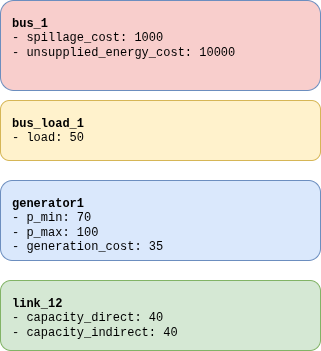
Before: doc/assets/2_QSE_Adequacy_system.png, a diagram exported from draw.io (AntaresSimulatorTeam/GEMS). Source tidied: cells renumbered, new cells last; positions are measured from the earlier drawing's top-left corner, leaving out a move shared by most shapes. Its diagram source:
```xml
<mxGraphModel math="1">
  <root>
    <mxCell id="0" />
    <mxCell id="1" parent="0" />
    <mxCell id="2" value="&lt;b&gt;bus_1&lt;/b&gt;&lt;br&gt;- spillage_cost: 1000&lt;br&gt;- unsupplied_energy_cost: 10000" style="rounded=1;whiteSpace=wrap;html=1;fillColor=#F8CECC;strokeColor=#6c8ebf;align=left;verticalAlign=top;fontFamily=Courier New;fontSize=12;spacingLeft=10;spacingTop=10;" parent="1" vertex="1">
      <mxGeometry width="320" height="90" as="geometry" />
    </mxCell>
    <mxCell id="3" value="&lt;b&gt;bus_load_1&lt;/b&gt;&lt;br&gt;- load: 50" style="rounded=1;whiteSpace=wrap;html=1;fillColor=#fff2cc;strokeColor=#d6b656;align=left;verticalAlign=top;fontFamily=Courier New;fontSize=12;spacingLeft=10;spacingTop=10;" parent="1" vertex="1">
      <mxGeometry y="100" width="320" height="60" as="geometry" />
    </mxCell>
    <mxCell id="4" value="&lt;b&gt;generator1&lt;/b&gt;&lt;br&gt;- p_min: 70&lt;br&gt;- p_max: 100&lt;br&gt;- generation_cost: 35" style="rounded=1;whiteSpace=wrap;html=1;fillColor=#dae8fc;strokeColor=#6c8ebf;align=left;verticalAlign=top;fontFamily=Courier New;fontSize=12;spacingLeft=10;spacingTop=10;" parent="1" vertex="1">
      <mxGeometry y="180" width="320" height="80" as="geometry" />
    </mxCell>
    <mxCell id="5" value="&lt;b&gt;link_12&lt;/b&gt;&lt;br&gt;- capacity_direct: 40&lt;br&gt;- capacity_indirect: 40" style="rounded=1;whiteSpace=wrap;html=1;fillColor=#d5e8d4;strokeColor=#82b366;align=left;verticalAlign=top;fontFamily=Courier New;fontSize=12;spacingLeft=10;spacingTop=10;" parent="1" vertex="1">
      <mxGeometry y="280" width="320" height="70" as="geometry" />
    </mxCell>
  </root>
</mxGraphModel>
```
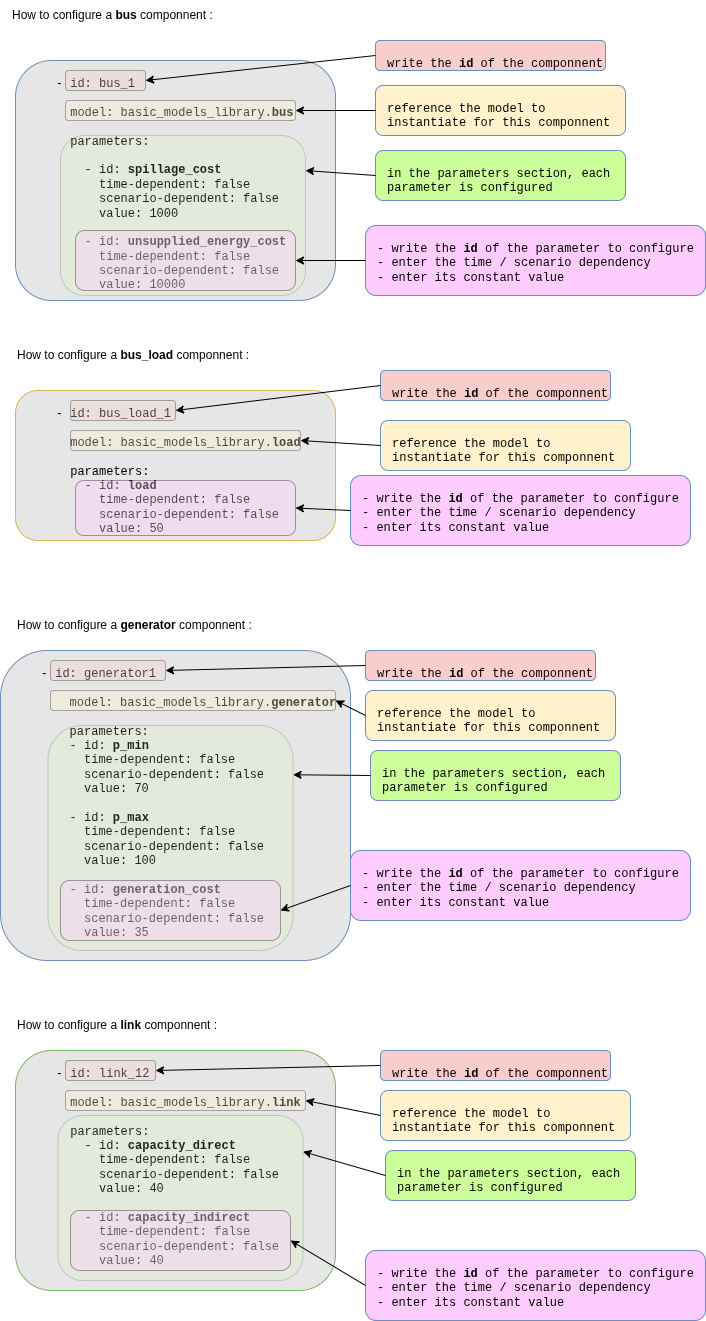
After the change.

Change to the diagram source:
```diff
@@ -2,17 +2,164 @@
   <root>
     <mxCell id="0" />
     <mxCell id="1" parent="0" />
-    <mxCell id="2" value="&lt;b&gt;bus_1&lt;/b&gt;&lt;br&gt;- spillage_cost: 1000&lt;br&gt;- unsupplied_energy_cost: 10000" style="rounded=1;whiteSpace=wrap;html=1;fillColor=#F8CECC;strokeColor=#6c8ebf;align=left;verticalAlign=top;fontFamily=Courier New;fontSize=12;spacingLeft=10;spacingTop=10;" parent="1" vertex="1">
-      <mxGeometry width="320" height="90" as="geometry" />
+    <mxCell id="2" value="&lt;div&gt;&amp;nbsp; &amp;nbsp; - id: bus_1&lt;/div&gt;&lt;div&gt;&lt;br&gt;&lt;/div&gt;&lt;div&gt;&amp;nbsp; &amp;nbsp; &amp;nbsp; model: basic_models_library.&lt;b&gt;bus&lt;/b&gt;&lt;/div&gt;&lt;div&gt;&lt;b&gt;&lt;br&gt;&lt;/b&gt;&lt;/div&gt;&lt;div&gt;&amp;nbsp; &amp;nbsp; &amp;nbsp; parameters:&lt;/div&gt;&lt;div&gt;&lt;br&gt;&lt;/div&gt;&lt;div&gt;&amp;nbsp; &amp;nbsp; &amp;nbsp; &amp;nbsp; - id: &lt;b&gt;spillage_cost&lt;/b&gt;&lt;/div&gt;&lt;div&gt;&amp;nbsp; &amp;nbsp; &amp;nbsp; &amp;nbsp; &amp;nbsp; time-dependent: false&lt;/div&gt;&lt;div&gt;&amp;nbsp; &amp;nbsp; &amp;nbsp; &amp;nbsp; &amp;nbsp; scenario-dependent: false&lt;/div&gt;&lt;div&gt;&amp;nbsp; &amp;nbsp; &amp;nbsp; &amp;nbsp; &amp;nbsp; value: 1000&lt;/div&gt;&lt;div&gt;&lt;br&gt;&lt;/div&gt;&lt;div&gt;&amp;nbsp; &amp;nbsp; &amp;nbsp; &amp;nbsp; - id: &lt;b&gt;unsupplied_energy_cost&lt;/b&gt;&lt;/div&gt;&lt;div&gt;&amp;nbsp; &amp;nbsp; &amp;nbsp; &amp;nbsp; &amp;nbsp; time-dependent: false&lt;/div&gt;&lt;div&gt;&amp;nbsp; &amp;nbsp; &amp;nbsp; &amp;nbsp; &amp;nbsp; scenario-dependent: false&lt;/div&gt;&lt;div&gt;&amp;nbsp; &amp;nbsp; &amp;nbsp; &amp;nbsp; &amp;nbsp; value: 10000&lt;/div&gt;" style="rounded=1;whiteSpace=wrap;html=1;fillColor=#E6E6E6;strokeColor=#6c8ebf;align=left;verticalAlign=top;fontFamily=Courier New;fontSize=12;spacingLeft=10;spacingTop=10;" parent="1" vertex="1">
+      <mxGeometry y="-20" width="320" height="240" as="geometry" />
     </mxCell>
-    <mxCell id="3" value="&lt;b&gt;bus_load_1&lt;/b&gt;&lt;br&gt;- load: 50" style="rounded=1;whiteSpace=wrap;html=1;fillColor=#fff2cc;strokeColor=#d6b656;align=left;verticalAlign=top;fontFamily=Courier New;fontSize=12;spacingLeft=10;spacingTop=10;" parent="1" vertex="1">
-      <mxGeometry y="100" width="320" height="60" as="geometry" />
+    <mxCell id="3" value="&lt;div&gt;&amp;nbsp; &amp;nbsp; - id: bus_load_1&lt;/div&gt;&lt;div&gt;&lt;br&gt;&lt;/div&gt;&lt;div&gt;&amp;nbsp; &amp;nbsp; &amp;nbsp; model: basic_models_library.&lt;b&gt;load&lt;/b&gt;&lt;/div&gt;&lt;div&gt;&lt;b&gt;&lt;br&gt;&lt;/b&gt;&lt;/div&gt;&lt;div&gt;&amp;nbsp; &amp;nbsp; &amp;nbsp; parameters:&lt;/div&gt;&lt;div&gt;&amp;nbsp; &amp;nbsp; &amp;nbsp; &amp;nbsp; - id: &lt;b&gt;load&lt;/b&gt;&lt;/div&gt;&lt;div&gt;&amp;nbsp; &amp;nbsp; &amp;nbsp; &amp;nbsp; &amp;nbsp; time-dependent: false&lt;/div&gt;&lt;div&gt;&amp;nbsp; &amp;nbsp; &amp;nbsp; &amp;nbsp; &amp;nbsp; scenario-dependent: false&lt;/div&gt;&lt;div&gt;&amp;nbsp; &amp;nbsp; &amp;nbsp; &amp;nbsp; &amp;nbsp; value: 50&lt;/div&gt;" style="rounded=1;whiteSpace=wrap;html=1;fillColor=#E6E6E6;strokeColor=#d6b656;align=left;verticalAlign=top;fontFamily=Courier New;fontSize=12;spacingLeft=10;spacingTop=10;" parent="1" vertex="1">
+      <mxGeometry y="310" width="320" height="150" as="geometry" />
     </mxCell>
-    <mxCell id="4" value="&lt;b&gt;generator1&lt;/b&gt;&lt;br&gt;- p_min: 70&lt;br&gt;- p_max: 100&lt;br&gt;- generation_cost: 35" style="rounded=1;whiteSpace=wrap;html=1;fillColor=#dae8fc;strokeColor=#6c8ebf;align=left;verticalAlign=top;fontFamily=Courier New;fontSize=12;spacingLeft=10;spacingTop=10;" parent="1" vertex="1">
-      <mxGeometry y="180" width="320" height="80" as="geometry" />
+    <mxCell id="4" value="&lt;div&gt;&amp;nbsp; &amp;nbsp; - id: generator1&lt;/div&gt;&lt;div&gt;&amp;nbsp; &amp;nbsp; &amp;nbsp;&amp;nbsp;&lt;/div&gt;&lt;div&gt;&lt;span style=&quot;white-space: pre;&quot;&gt;&#9;&lt;/span&gt;model:&amp;nbsp;&lt;span style=&quot;background-color: transparent; color: light-dark(rgb(0, 0, 0), rgb(255, 255, 255));&quot;&gt;basic_models_library.&lt;/span&gt;&lt;b style=&quot;background-color: transparent; color: light-dark(rgb(0, 0, 0), rgb(255, 255, 255));&quot;&gt;generator&lt;/b&gt;&lt;/div&gt;&lt;div&gt;&amp;nbsp; &amp;nbsp; &amp;nbsp;&amp;nbsp;&lt;/div&gt;&lt;div&gt;&lt;span style=&quot;white-space: pre;&quot;&gt;&#9;&lt;/span&gt;parameters:&lt;/div&gt;&lt;div&gt;&amp;nbsp; &amp;nbsp; &amp;nbsp; &amp;nbsp; - id: &lt;b&gt;p_min&lt;/b&gt;&lt;/div&gt;&lt;div&gt;&amp;nbsp; &amp;nbsp; &amp;nbsp; &amp;nbsp; &amp;nbsp; time-dependent: false&lt;/div&gt;&lt;div&gt;&amp;nbsp; &amp;nbsp; &amp;nbsp; &amp;nbsp; &amp;nbsp; scenario-dependent: false&lt;/div&gt;&lt;div&gt;&amp;nbsp; &amp;nbsp; &amp;nbsp; &amp;nbsp; &amp;nbsp; value: 70&lt;/div&gt;&lt;div&gt;&lt;br&gt;&lt;/div&gt;&lt;div&gt;&amp;nbsp; &amp;nbsp; &amp;nbsp; &amp;nbsp; - id: &lt;b&gt;p_max&lt;/b&gt;&lt;/div&gt;&lt;div&gt;&amp;nbsp; &amp;nbsp; &amp;nbsp; &amp;nbsp; &amp;nbsp; time-dependent: false&lt;/div&gt;&lt;div&gt;&amp;nbsp; &amp;nbsp; &amp;nbsp; &amp;nbsp; &amp;nbsp; scenario-dependent: false&lt;/div&gt;&lt;div&gt;&amp;nbsp; &amp;nbsp; &amp;nbsp; &amp;nbsp; &amp;nbsp; value: 100&lt;/div&gt;&lt;div&gt;&lt;br&gt;&lt;/div&gt;&lt;div&gt;&amp;nbsp; &amp;nbsp; &amp;nbsp; &amp;nbsp; - id: &lt;b&gt;generation_cost&lt;/b&gt;&lt;/div&gt;&lt;div&gt;&amp;nbsp; &amp;nbsp; &amp;nbsp; &amp;nbsp; &amp;nbsp; time-dependent: false&lt;/div&gt;&lt;div&gt;&amp;nbsp; &amp;nbsp; &amp;nbsp; &amp;nbsp; &amp;nbsp; scenario-dependent: false&lt;/div&gt;&lt;div&gt;&amp;nbsp; &amp;nbsp; &amp;nbsp; &amp;nbsp; &amp;nbsp; value: 35&lt;/div&gt;" style="rounded=1;whiteSpace=wrap;html=1;fillColor=#E6E6E6;strokeColor=#6c8ebf;align=left;verticalAlign=top;fontFamily=Courier New;fontSize=12;spacingLeft=10;spacingTop=10;" parent="1" vertex="1">
+      <mxGeometry x="-15" y="570" width="350" height="310" as="geometry" />
     </mxCell>
-    <mxCell id="5" value="&lt;b&gt;link_12&lt;/b&gt;&lt;br&gt;- capacity_direct: 40&lt;br&gt;- capacity_indirect: 40" style="rounded=1;whiteSpace=wrap;html=1;fillColor=#d5e8d4;strokeColor=#82b366;align=left;verticalAlign=top;fontFamily=Courier New;fontSize=12;spacingLeft=10;spacingTop=10;" parent="1" vertex="1">
-      <mxGeometry y="280" width="320" height="70" as="geometry" />
+    <mxCell id="5" value="&lt;div&gt;&amp;nbsp; &amp;nbsp; - id: link_12&lt;/div&gt;&lt;div&gt;&lt;br&gt;&lt;/div&gt;&lt;div&gt;&amp;nbsp; &amp;nbsp; &amp;nbsp; model: basic_models_library.&lt;b&gt;link&lt;/b&gt;&lt;/div&gt;&lt;div&gt;&lt;b&gt;&lt;br&gt;&lt;/b&gt;&lt;/div&gt;&lt;div&gt;&amp;nbsp; &amp;nbsp; &amp;nbsp; parameters:&lt;/div&gt;&lt;div&gt;&amp;nbsp; &amp;nbsp; &amp;nbsp; &amp;nbsp; - id: &lt;b&gt;capacity_direct&lt;/b&gt;&lt;/div&gt;&lt;div&gt;&amp;nbsp; &amp;nbsp; &amp;nbsp; &amp;nbsp; &amp;nbsp; time-dependent: false&lt;/div&gt;&lt;div&gt;&amp;nbsp; &amp;nbsp; &amp;nbsp; &amp;nbsp; &amp;nbsp; scenario-dependent: false&lt;/div&gt;&lt;div&gt;&amp;nbsp; &amp;nbsp; &amp;nbsp; &amp;nbsp; &amp;nbsp; value: 40&lt;/div&gt;&lt;div&gt;&lt;br&gt;&lt;/div&gt;&lt;div&gt;&amp;nbsp; &amp;nbsp; &amp;nbsp; &amp;nbsp; - id: &lt;b&gt;capacity_indirect&lt;/b&gt;&lt;/div&gt;&lt;div&gt;&amp;nbsp; &amp;nbsp; &amp;nbsp; &amp;nbsp; &amp;nbsp; time-dependent: false&lt;/div&gt;&lt;div&gt;&amp;nbsp; &amp;nbsp; &amp;nbsp; &amp;nbsp; &amp;nbsp; scenario-dependent: false&lt;/div&gt;&lt;div&gt;&amp;nbsp; &amp;nbsp; &amp;nbsp; &amp;nbsp; &amp;nbsp; value: 40&lt;/div&gt;" style="rounded=1;whiteSpace=wrap;html=1;fillColor=#E6E6E6;strokeColor=#82b366;align=left;verticalAlign=top;fontFamily=Courier New;fontSize=12;spacingLeft=10;spacingTop=10;" parent="1" vertex="1">
+      <mxGeometry y="970" width="320" height="240" as="geometry" />
     </mxCell>
+    <mxCell id="6" value="write the &lt;b&gt;id&lt;/b&gt;&amp;nbsp;of the componnent" style="rounded=1;whiteSpace=wrap;html=1;fillColor=#F8CECC;strokeColor=#6c8ebf;align=left;verticalAlign=top;fontFamily=Courier New;fontSize=12;spacingLeft=10;spacingTop=10;" parent="1" vertex="1">
+      <mxGeometry x="360" y="-40" width="230" height="30" as="geometry" />
+    </mxCell>
+    <mxCell id="7" value="reference the model to instantiate for this componnent" style="rounded=1;whiteSpace=wrap;html=1;fillColor=#FFF2CC;strokeColor=#6c8ebf;align=left;verticalAlign=top;fontFamily=Courier New;fontSize=12;spacingLeft=10;spacingTop=10;" parent="1" vertex="1">
+      <mxGeometry x="360" y="5" width="250" height="50" as="geometry" />
+    </mxCell>
+    <mxCell id="8" style="rounded=1;whiteSpace=wrap;html=1;opacity=30;fillColor=#F8CECC;" parent="1" vertex="1">
+      <mxGeometry x="50" y="-10" width="80" height="20" as="geometry" />
+    </mxCell>
+    <mxCell id="9" style="rounded=1;whiteSpace=wrap;html=1;opacity=30;fillColor=#FFF2CC;" parent="1" vertex="1">
+      <mxGeometry x="50" y="20" width="230" height="20" as="geometry" />
+    </mxCell>
+    <mxCell id="10" value="in the parameters section, each parameter is configured" style="rounded=1;whiteSpace=wrap;html=1;fillColor=#CCFF99;strokeColor=#6c8ebf;align=left;verticalAlign=top;fontFamily=Courier New;fontSize=12;spacingLeft=10;spacingTop=10;" parent="1" vertex="1">
+      <mxGeometry x="360" y="70" width="250" height="50" as="geometry" />
+    </mxCell>
+    <mxCell id="11" style="rounded=1;whiteSpace=wrap;html=1;opacity=15;fillColor=#CCFF99;" parent="1" vertex="1">
+      <mxGeometry x="45" y="55" width="245" height="160" as="geometry" />
+    </mxCell>
+    <mxCell id="12" value="- write the &lt;b&gt;id&lt;/b&gt; of the parameter to configure&lt;div&gt;&lt;div&gt;&lt;div&gt;&lt;div&gt;- enter the time / scenario dependency&lt;/div&gt;&lt;/div&gt;&lt;/div&gt;&lt;/div&gt;&lt;div&gt;- enter its constant value&lt;/div&gt;" style="rounded=1;whiteSpace=wrap;html=1;fillColor=#FFCCFF;strokeColor=#6c8ebf;align=left;verticalAlign=top;fontFamily=Courier New;fontSize=12;spacingLeft=10;spacingTop=10;" parent="1" vertex="1">
+      <mxGeometry x="350" y="145" width="340" height="70" as="geometry" />
+    </mxCell>
+    <mxCell id="13" style="rounded=1;whiteSpace=wrap;html=1;opacity=35;fillColor=#FFCCFF;" parent="1" vertex="1">
+      <mxGeometry x="60" y="150" width="220" height="60" as="geometry" />
+    </mxCell>
+    <mxCell id="14" style="endArrow=classic;html=1;rounded=0;exitX=0;exitY=0.5;exitDx=0;exitDy=0;entryX=1;entryY=0.5;entryDx=0;entryDy=0;" parent="1" edge="1" source="6" target="8">
+      <mxGeometry relative="1" as="geometry" />
+    </mxCell>
+    <mxCell id="15" style="endArrow=classic;html=1;rounded=0;exitX=0;exitY=0.5;exitDx=0;exitDy=0;entryX=1;entryY=0.5;entryDx=0;entryDy=0;" parent="1" edge="1" source="7" target="9">
+      <mxGeometry relative="1" as="geometry" />
+    </mxCell>
+    <mxCell id="16" style="endArrow=classic;html=1;rounded=0;exitX=0;exitY=0.5;exitDx=0;exitDy=0;entryX=1;entryY=0.219;entryDx=0;entryDy=0;entryPerimeter=0;" parent="1" edge="1" source="10" target="11">
+      <mxGeometry relative="1" as="geometry" />
+    </mxCell>
+    <mxCell id="17" style="endArrow=classic;html=1;rounded=0;exitX=0;exitY=0.5;exitDx=0;exitDy=0;entryX=1;entryY=0.5;entryDx=0;entryDy=0;" parent="1" edge="1" source="12" target="13">
+      <mxGeometry relative="1" as="geometry" />
+    </mxCell>
+    <mxCell id="18" value="write the &lt;b&gt;id&lt;/b&gt;&amp;nbsp;of the componnent" style="rounded=1;whiteSpace=wrap;html=1;fillColor=#F8CECC;strokeColor=#6c8ebf;align=left;verticalAlign=top;fontFamily=Courier New;fontSize=12;spacingLeft=10;spacingTop=10;" parent="1" vertex="1">
+      <mxGeometry x="365" y="290" width="230" height="30" as="geometry" />
+    </mxCell>
+    <mxCell id="19" value="reference the model to instantiate for this componnent" style="rounded=1;whiteSpace=wrap;html=1;fillColor=#FFF2CC;strokeColor=#6c8ebf;align=left;verticalAlign=top;fontFamily=Courier New;fontSize=12;spacingLeft=10;spacingTop=10;" parent="1" vertex="1">
+      <mxGeometry x="365" y="340" width="250" height="50" as="geometry" />
+    </mxCell>
+    <mxCell id="20" style="rounded=1;whiteSpace=wrap;html=1;opacity=30;fillColor=#F8CECC;" parent="1" vertex="1">
+      <mxGeometry x="55" y="320" width="105" height="20" as="geometry" />
+    </mxCell>
+    <mxCell id="21" style="rounded=1;whiteSpace=wrap;html=1;opacity=30;fillColor=#FFF2CC;" parent="1" vertex="1">
+      <mxGeometry x="55" y="350" width="230" height="20" as="geometry" />
+    </mxCell>
+    <mxCell id="22" value="- write the &lt;b&gt;id&lt;/b&gt; of the parameter to configure&lt;div&gt;&lt;div&gt;&lt;div&gt;&lt;div&gt;- enter the time / scenario dependency&lt;/div&gt;&lt;/div&gt;&lt;/div&gt;&lt;/div&gt;&lt;div&gt;- enter its constant value&lt;/div&gt;" style="rounded=1;whiteSpace=wrap;html=1;fillColor=#FFCCFF;strokeColor=#6c8ebf;align=left;verticalAlign=top;fontFamily=Courier New;fontSize=12;spacingLeft=10;spacingTop=10;" parent="1" vertex="1">
+      <mxGeometry x="335" y="395" width="340" height="70" as="geometry" />
+    </mxCell>
+    <mxCell id="23" style="rounded=1;whiteSpace=wrap;html=1;opacity=35;fillColor=#FFCCFF;" parent="1" vertex="1">
+      <mxGeometry x="60" y="400" width="220" height="55" as="geometry" />
+    </mxCell>
+    <mxCell id="24" style="endArrow=classic;html=1;rounded=0;exitX=0;exitY=0.5;exitDx=0;exitDy=0;entryX=1;entryY=0.5;entryDx=0;entryDy=0;" parent="1" edge="1" source="18" target="20">
+      <mxGeometry relative="1" as="geometry" />
+    </mxCell>
+    <mxCell id="25" style="endArrow=classic;html=1;rounded=0;exitX=0;exitY=0.5;exitDx=0;exitDy=0;entryX=1;entryY=0.5;entryDx=0;entryDy=0;" parent="1" edge="1" source="19" target="21">
+      <mxGeometry relative="1" as="geometry" />
+    </mxCell>
+    <mxCell id="26" style="endArrow=classic;html=1;rounded=0;exitX=0;exitY=0.5;exitDx=0;exitDy=0;entryX=1;entryY=0.5;entryDx=0;entryDy=0;" parent="1" edge="1" source="22" target="23">
+      <mxGeometry relative="1" as="geometry" />
+    </mxCell>
+    <mxCell id="27" value="write the &lt;b&gt;id&lt;/b&gt;&amp;nbsp;of the componnent" style="rounded=1;whiteSpace=wrap;html=1;fillColor=#F8CECC;strokeColor=#6c8ebf;align=left;verticalAlign=top;fontFamily=Courier New;fontSize=12;spacingLeft=10;spacingTop=10;" parent="1" vertex="1">
+      <mxGeometry x="350" y="570" width="230" height="30" as="geometry" />
+    </mxCell>
+    <mxCell id="28" value="reference the model to instantiate for this componnent" style="rounded=1;whiteSpace=wrap;html=1;fillColor=#FFF2CC;strokeColor=#6c8ebf;align=left;verticalAlign=top;fontFamily=Courier New;fontSize=12;spacingLeft=10;spacingTop=10;" parent="1" vertex="1">
+      <mxGeometry x="350" y="610" width="250" height="50" as="geometry" />
+    </mxCell>
+    <mxCell id="29" style="rounded=1;whiteSpace=wrap;html=1;opacity=30;fillColor=#F8CECC;" parent="1" vertex="1">
+      <mxGeometry x="35" y="580" width="115" height="20" as="geometry" />
+    </mxCell>
+    <mxCell id="30" style="rounded=1;whiteSpace=wrap;html=1;opacity=30;fillColor=#FFF2CC;" parent="1" vertex="1">
+      <mxGeometry x="35" y="610" width="285" height="20" as="geometry" />
+    </mxCell>
+    <mxCell id="31" value="in the parameters section, each parameter is configured" style="rounded=1;whiteSpace=wrap;html=1;fillColor=#CCFF99;strokeColor=#6c8ebf;align=left;verticalAlign=top;fontFamily=Courier New;fontSize=12;spacingLeft=10;spacingTop=10;" parent="1" vertex="1">
+      <mxGeometry x="355" y="670" width="250" height="50" as="geometry" />
+    </mxCell>
+    <mxCell id="32" style="rounded=1;whiteSpace=wrap;html=1;opacity=15;fillColor=#CCFF99;" parent="1" vertex="1">
+      <mxGeometry x="32.5" y="645" width="245" height="225" as="geometry" />
+    </mxCell>
+    <mxCell id="33" value="- write the &lt;b&gt;id&lt;/b&gt; of the parameter to configure&lt;div&gt;&lt;div&gt;&lt;div&gt;&lt;div&gt;- enter the time / scenario dependency&lt;/div&gt;&lt;/div&gt;&lt;/div&gt;&lt;/div&gt;&lt;div&gt;- enter its constant value&lt;/div&gt;" style="rounded=1;whiteSpace=wrap;html=1;fillColor=#FFCCFF;strokeColor=#6c8ebf;align=left;verticalAlign=top;fontFamily=Courier New;fontSize=12;spacingLeft=10;spacingTop=10;" parent="1" vertex="1">
+      <mxGeometry x="335" y="770" width="340" height="70" as="geometry" />
+    </mxCell>
+    <mxCell id="34" style="rounded=1;whiteSpace=wrap;html=1;opacity=35;fillColor=#FFCCFF;" parent="1" vertex="1">
+      <mxGeometry x="45" y="800" width="220" height="60" as="geometry" />
+    </mxCell>
+    <mxCell id="35" style="endArrow=classic;html=1;rounded=0;exitX=0;exitY=0.5;exitDx=0;exitDy=0;entryX=1;entryY=0.5;entryDx=0;entryDy=0;" parent="1" edge="1" source="27" target="29">
+      <mxGeometry relative="1" as="geometry" />
+    </mxCell>
+    <mxCell id="36" style="endArrow=classic;html=1;rounded=0;exitX=0;exitY=0.5;exitDx=0;exitDy=0;entryX=1;entryY=0.5;entryDx=0;entryDy=0;" parent="1" edge="1" source="28" target="30">
+      <mxGeometry relative="1" as="geometry" />
+    </mxCell>
+    <mxCell id="37" style="endArrow=classic;html=1;rounded=0;exitX=0;exitY=0.5;exitDx=0;exitDy=0;entryX=1;entryY=0.219;entryDx=0;entryDy=0;entryPerimeter=0;" parent="1" edge="1" source="31" target="32">
+      <mxGeometry relative="1" as="geometry" />
+    </mxCell>
+    <mxCell id="38" style="endArrow=classic;html=1;rounded=0;exitX=0;exitY=0.5;exitDx=0;exitDy=0;entryX=1;entryY=0.5;entryDx=0;entryDy=0;" parent="1" edge="1" source="33" target="34">
+      <mxGeometry relative="1" as="geometry" />
+    </mxCell>
+    <mxCell id="39" value="write the &lt;b&gt;id&lt;/b&gt;&amp;nbsp;of the componnent" style="rounded=1;whiteSpace=wrap;html=1;fillColor=#F8CECC;strokeColor=#6c8ebf;align=left;verticalAlign=top;fontFamily=Courier New;fontSize=12;spacingLeft=10;spacingTop=10;" parent="1" vertex="1">
+      <mxGeometry x="365" y="970" width="230" height="30" as="geometry" />
+    </mxCell>
+    <mxCell id="40" value="reference the model to instantiate for this componnent" style="rounded=1;whiteSpace=wrap;html=1;fillColor=#FFF2CC;strokeColor=#6c8ebf;align=left;verticalAlign=top;fontFamily=Courier New;fontSize=12;spacingLeft=10;spacingTop=10;" parent="1" vertex="1">
+      <mxGeometry x="365" y="1010" width="250" height="50" as="geometry" />
+    </mxCell>
+    <mxCell id="41" style="rounded=1;whiteSpace=wrap;html=1;opacity=30;fillColor=#F8CECC;" parent="1" vertex="1">
+      <mxGeometry x="50" y="980" width="90" height="20" as="geometry" />
+    </mxCell>
+    <mxCell id="42" style="rounded=1;whiteSpace=wrap;html=1;opacity=30;fillColor=#FFF2CC;" parent="1" vertex="1">
+      <mxGeometry x="50" y="1010" width="240" height="20" as="geometry" />
+    </mxCell>
+    <mxCell id="43" value="in the parameters section, each parameter is configured" style="rounded=1;whiteSpace=wrap;html=1;fillColor=#CCFF99;strokeColor=#6c8ebf;align=left;verticalAlign=top;fontFamily=Courier New;fontSize=12;spacingLeft=10;spacingTop=10;" parent="1" vertex="1">
+      <mxGeometry x="370" y="1070" width="250" height="50" as="geometry" />
+    </mxCell>
+    <mxCell id="44" style="rounded=1;whiteSpace=wrap;html=1;opacity=15;fillColor=#CCFF99;" parent="1" vertex="1">
+      <mxGeometry x="42.5" y="1035" width="245" height="165" as="geometry" />
+    </mxCell>
+    <mxCell id="45" value="- write the &lt;b&gt;id&lt;/b&gt; of the parameter to configure&lt;div&gt;&lt;div&gt;&lt;div&gt;&lt;div&gt;- enter the time / scenario dependency&lt;/div&gt;&lt;/div&gt;&lt;/div&gt;&lt;/div&gt;&lt;div&gt;- enter its constant value&lt;/div&gt;" style="rounded=1;whiteSpace=wrap;html=1;fillColor=#FFCCFF;strokeColor=#6c8ebf;align=left;verticalAlign=top;fontFamily=Courier New;fontSize=12;spacingLeft=10;spacingTop=10;" parent="1" vertex="1">
+      <mxGeometry x="350" y="1170" width="340" height="70" as="geometry" />
+    </mxCell>
+    <mxCell id="46" style="rounded=1;whiteSpace=wrap;html=1;opacity=35;fillColor=#FFCCFF;" parent="1" vertex="1">
+      <mxGeometry x="55" y="1130" width="220" height="60" as="geometry" />
+    </mxCell>
+    <mxCell id="47" style="endArrow=classic;html=1;rounded=0;exitX=0;exitY=0.5;exitDx=0;exitDy=0;entryX=1;entryY=0.5;entryDx=0;entryDy=0;" parent="1" edge="1" source="39" target="41">
+      <mxGeometry relative="1" as="geometry" />
+    </mxCell>
+    <mxCell id="48" style="endArrow=classic;html=1;rounded=0;exitX=0;exitY=0.5;exitDx=0;exitDy=0;entryX=1;entryY=0.5;entryDx=0;entryDy=0;" parent="1" edge="1" source="40" target="42">
+      <mxGeometry relative="1" as="geometry" />
+    </mxCell>
+    <mxCell id="49" style="endArrow=classic;html=1;rounded=0;exitX=0;exitY=0.5;exitDx=0;exitDy=0;entryX=1;entryY=0.219;entryDx=0;entryDy=0;entryPerimeter=0;" parent="1" edge="1" source="43" target="44">
+      <mxGeometry relative="1" as="geometry" />
+    </mxCell>
+    <mxCell id="50" style="endArrow=classic;html=1;rounded=0;exitX=0;exitY=0.5;exitDx=0;exitDy=0;entryX=1;entryY=0.5;entryDx=0;entryDy=0;" parent="1" edge="1" source="45" target="46">
+      <mxGeometry relative="1" as="geometry" />
+    </mxCell>
+    <mxCell id="51" value="How to configure a &lt;b&gt;bus&lt;/b&gt; componnent :" style="text;html=1;whiteSpace=wrap;strokeColor=none;fillColor=none;align=left;verticalAlign=middle;rounded=0;" parent="1" vertex="1">
+      <mxGeometry x="-5" y="-80" width="285" height="30" as="geometry" />
+    </mxCell>
+    <mxCell id="52" value="How to configure a &lt;b&gt;bus_load&lt;/b&gt; componnent :" style="text;html=1;whiteSpace=wrap;strokeColor=none;fillColor=none;align=left;verticalAlign=middle;rounded=0;" parent="1" vertex="1">
+      <mxGeometry y="260" width="285" height="30" as="geometry" />
+    </mxCell>
+    <mxCell id="53" value="How to configure a &lt;b&gt;generator&lt;/b&gt; componnent :" style="text;html=1;whiteSpace=wrap;strokeColor=none;fillColor=none;align=left;verticalAlign=middle;rounded=0;" parent="1" vertex="1">
+      <mxGeometry y="530" width="285" height="30" as="geometry" />
+    </mxCell>
+    <mxCell id="54" value="How to configure a &lt;b&gt;link&lt;/b&gt; componnent :" style="text;html=1;whiteSpace=wrap;strokeColor=none;fillColor=none;align=left;verticalAlign=middle;rounded=0;" parent="1" vertex="1">
+      <mxGeometry y="930" width="285" height="30" as="geometry" />
+    </mxCell>
   </root>
 </mxGraphModel>
```
